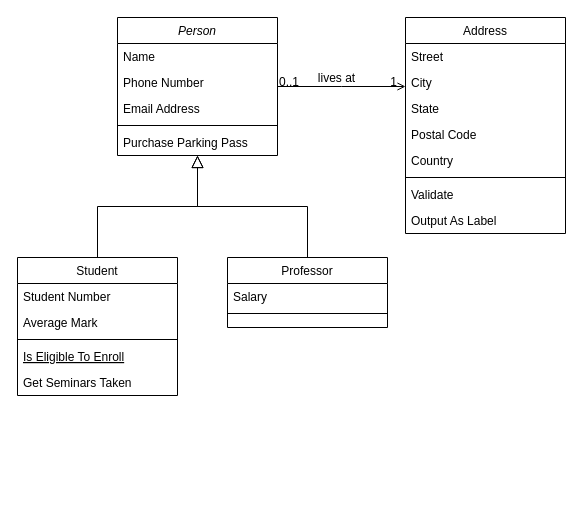
This is Untitled Diagram.drawio from Linton6/Crawler, a draw.io file, before an edit. Source tidied: cells renumbered, new cells numbered last; positions are measured from the earlier drawing's top-left corner, leaving out a move shared by most shapes. Both pictures are drawn from the tidied source at 100%, with x=0, y=0 at pixel (17, 17).
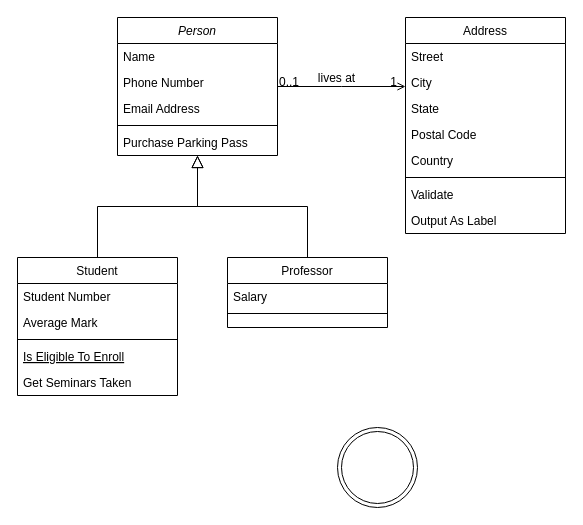
Above is the later version.

Diff of the diagram source:
```diff
@@
+    <mxCell id="32" style="ellipse;shape=doubleEllipse;whiteSpace=wrap;html=1;" parent="1" vertex="1">
+      <mxGeometry x="320" y="410" width="80" height="80" as="geometry" />
+    </mxCell>
```
